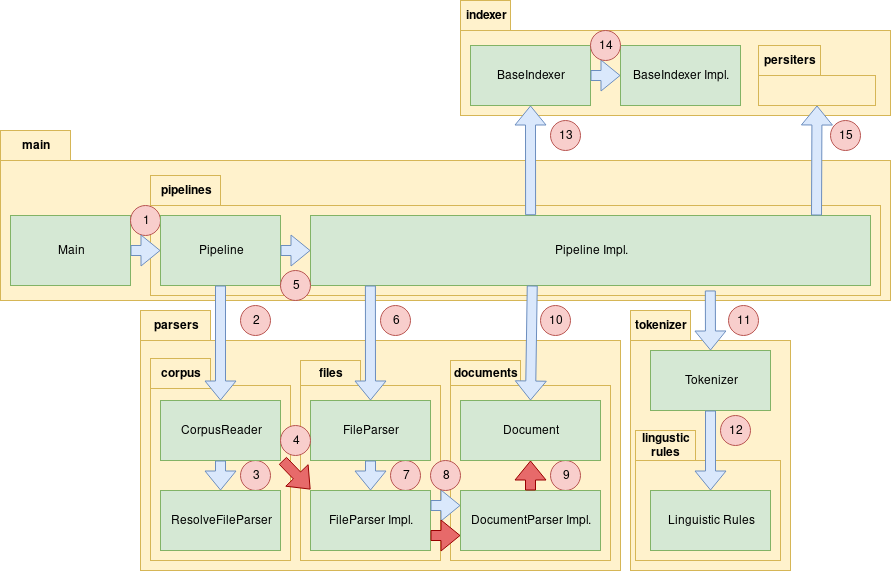
Above: assignment2/report/images/newSequenceDiagram.png in aspedrosa/Information-Retrieval (draw.io), before the change. Source tidied: cells renumbered, new cells last; positions are measured from the earlier drawing's top-left corner, leaving out a move shared by most shapes.
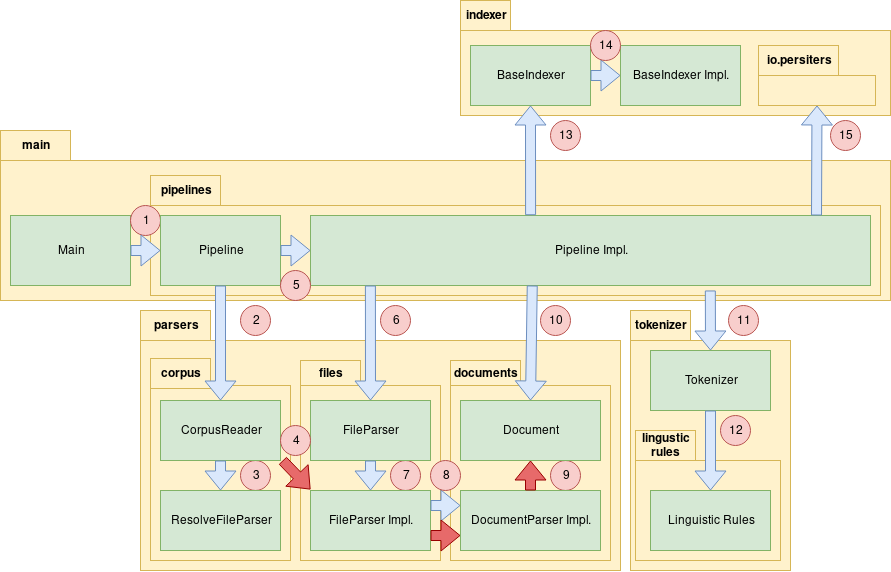
After the change.

Diff of the diagram source:
```diff
@@ -237,19 +237,19 @@
       <mxGeometry x="15" y="5" width="30" height="20" as="geometry" />
     </mxCell>
     <mxCell id="80" style="group;" parent="1" vertex="1">
-      <mxGeometry x="758" y="45" width="62" height="30" as="geometry" />
+      <mxGeometry x="758" y="45" width="80" height="30" as="geometry" />
     </mxCell>
     <mxCell id="81" style="group;" parent="80" vertex="1">
-      <mxGeometry width="62" height="30" as="geometry" />
+      <mxGeometry width="80" height="30" as="geometry" />
     </mxCell>
     <mxCell id="82" style="group;" parent="81" vertex="1">
-      <mxGeometry width="62" height="30" as="geometry" />
+      <mxGeometry width="80" height="30" as="geometry" />
     </mxCell>
     <mxCell id="83" style="rounded=0;whiteSpace=wrap;html=1;fillColor=#fff2cc;strokeColor=#d6b656;" parent="82" vertex="1">
-      <mxGeometry width="62" height="30" as="geometry" />
+      <mxGeometry width="80" height="30" as="geometry" />
     </mxCell>
-    <mxCell id="84" value="&lt;div&gt;persiters&lt;/div&gt;" style="text;html=1;strokeColor=none;fillColor=none;align=center;verticalAlign=middle;whiteSpace=wrap;rounded=0;fontStyle=1;" parent="82" vertex="1">
-      <mxGeometry x="15.5" y="5" width="31" height="20" as="geometry" />
+    <mxCell id="84" value="&lt;div&gt;io.persiters&lt;/div&gt;" style="text;html=1;strokeColor=none;fillColor=none;align=center;verticalAlign=middle;whiteSpace=wrap;rounded=0;fontStyle=1;" parent="82" vertex="1">
+      <mxGeometry x="24.5" y="5" width="31" height="20" as="geometry" />
     </mxCell>
     <mxCell id="85" style="shape=flexArrow;endArrow=classic;html=1;entryX=0.5;entryY=0;entryDx=0;entryDy=0;exitX=0.714;exitY=1.071;exitDx=0;exitDy=0;fillColor=#dae8fc;strokeColor=#6c8ebf;exitPerimeter=0;" parent="1" edge="1" source="23" target="7">
       <mxGeometry relative="1" as="geometry" />
```
